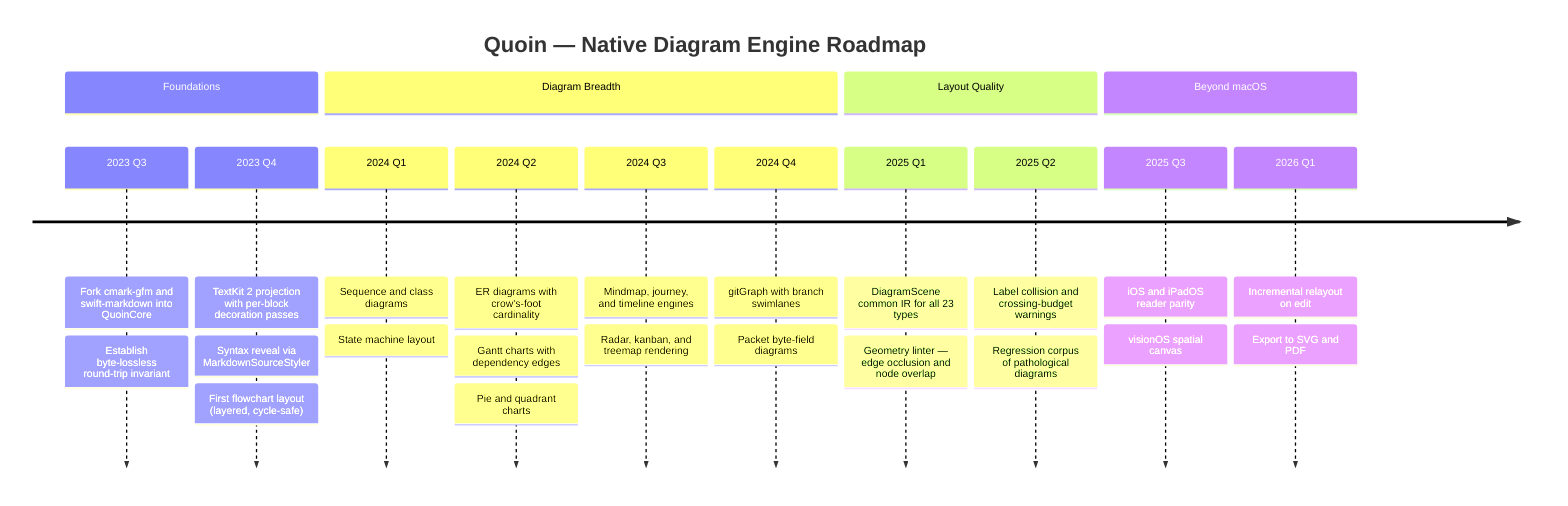
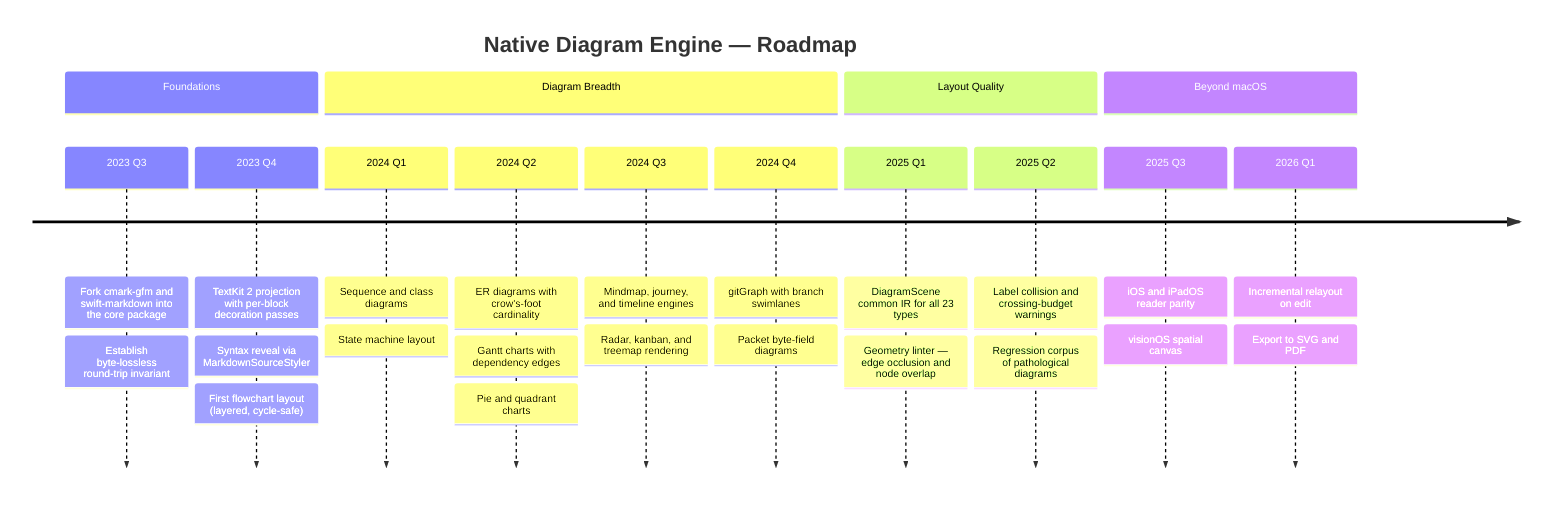
timeline
-     title Quoin — Native Diagram Engine Roadmap
+     title Native Diagram Engine — Roadmap
    section Foundations
-         2023 Q3 : Fork cmark-gfm and swift-markdown into QuoinCore
+         2023 Q3 : Fork cmark-gfm and swift-markdown into the core package
                : Establish byte-lossless round-trip invariant
        2023 Q4 : TextKit 2 projection with per-block decoration passes
                : Syntax reveal via MarkdownSourceStyler
                : First flowchart layout (layered, cycle-safe)
    section Diagram Breadth
        2024 Q1 : Sequence and class diagrams : State machine layout
        2024 Q2 : ER diagrams with crow's-foot cardinality
                : Gantt charts with dependency edges
                : Pie and quadrant charts
        2024 Q3 : Mindmap, journey, and timeline engines
                : Radar, kanban, and treemap rendering
        2024 Q4 : gitGraph with branch swimlanes : Packet byte-field diagrams
    section Layout Quality
        2025 Q1 : DiagramScene common IR for all 23 types
                : Geometry linter — edge occlusion and node overlap
        2025 Q2 : Label collision and crossing-budget warnings
                : Regression corpus of pathological diagrams
    section Beyond macOS
        2025 Q3 : iOS and iPadOS reader parity : visionOS spatial canvas
        2026 Q1 : Incremental relayout on edit : Export to SVG and PDF